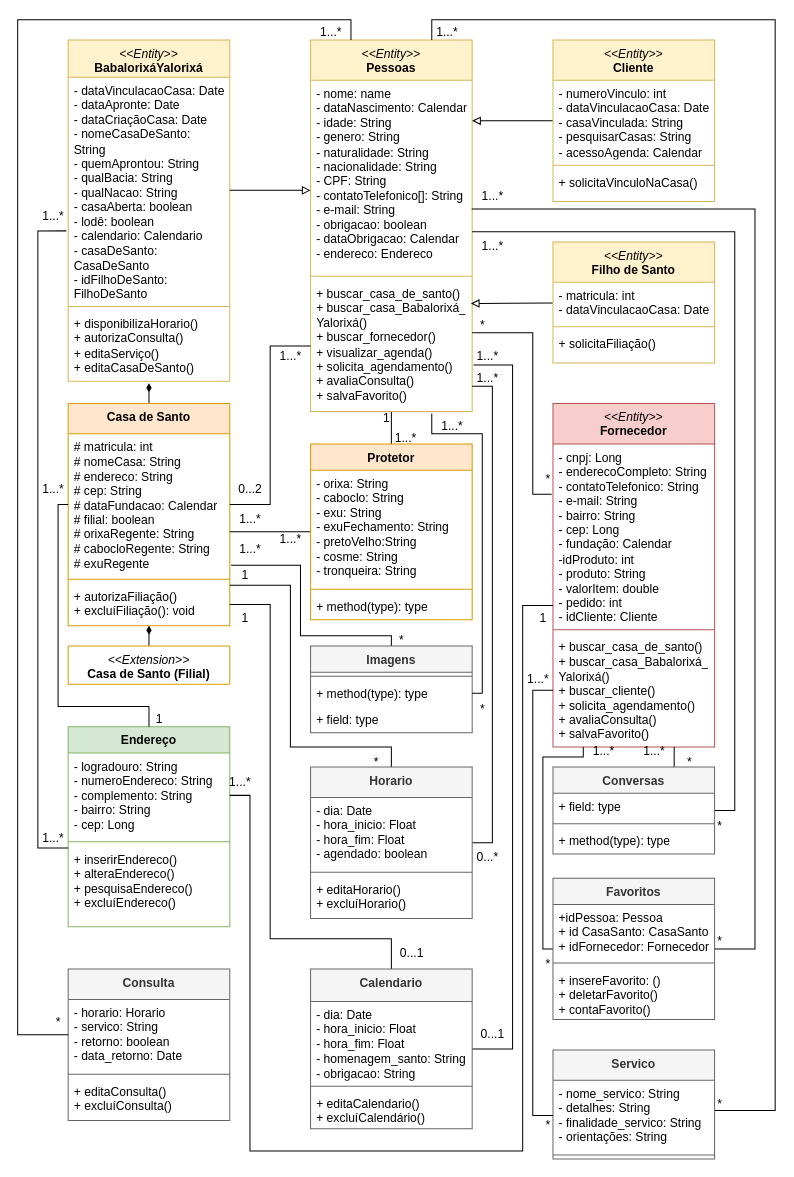
The draw.io diagram DiagramaDeClasseSarava.drawio in AlexCarvalhovisk/sarava, before the edit. Source tidied: cells renumbered, new cells numbered last; positions are measured from the earlier drawing's top-left corner, leaving out a move shared by most shapes. Both pictures are drawn from the tidied source at 101%, with x=0, y=0 at pixel (17, 17).
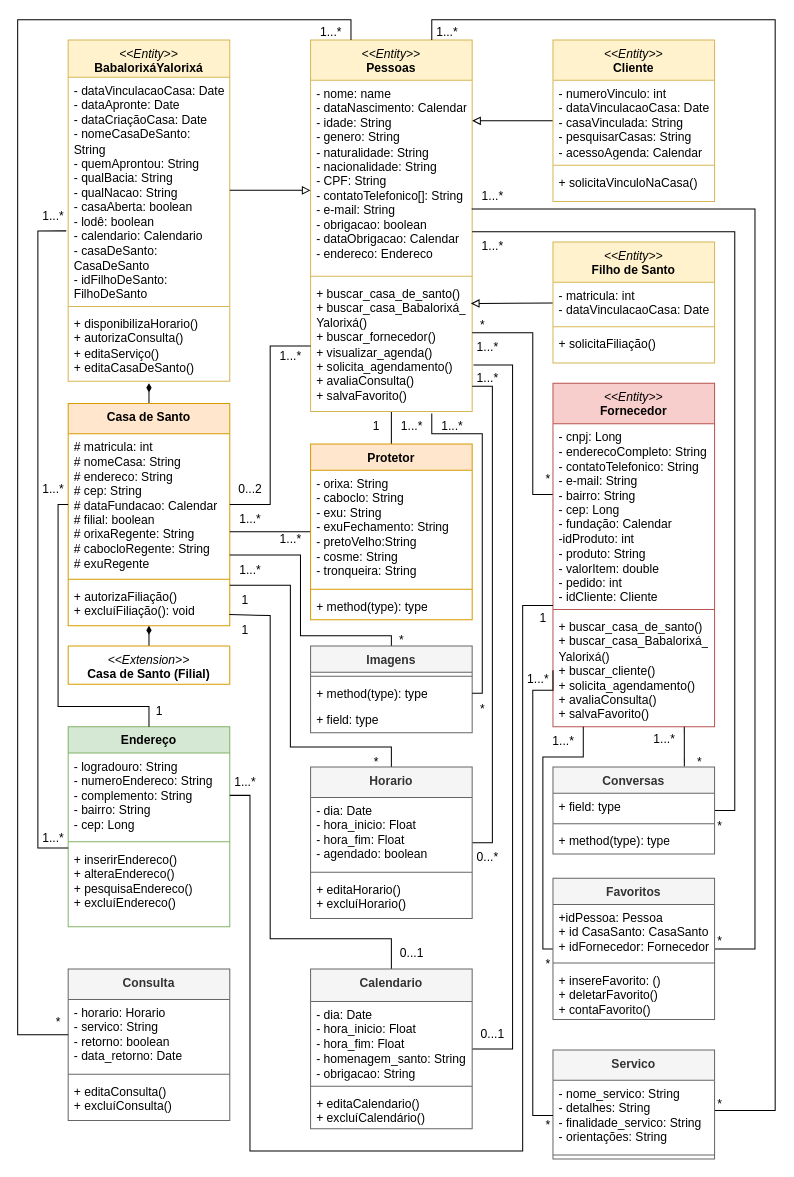
Above is the later version.

The change refers to these unchanged cells:
```xml
<mxCell id="6" value="+ buscar_casa_de_santo()&lt;br&gt;+ buscar_casa_Babalorixá_&lt;br&gt;Yalorixá()&lt;br&gt;+ buscar_fornecedor()&lt;br&gt;+ visualizar_agenda()&lt;br&gt;+ solicita_agendamento()&lt;br&gt;+ avaliaConsulta()&lt;br&gt;+ salvaFavorito()" style="text;strokeColor=none;fillColor=none;align=left;verticalAlign=top;spacingLeft=4;spacingRight=4;overflow=hidden;points=[[0,0.5],[1,0.5]];portConstraint=eastwest;whiteSpace=wrap;html=1;" parent="3" vertex="1">
  <mxGeometry y="238" width="160" height="130" as="geometry" />
</mxCell>
<mxCell id="19" value="- cnpj: Long&lt;br&gt;- enderecoCompleto: String&lt;br&gt;- contatoTelefonico: String&lt;br&gt;- e-mail: String&lt;br&gt;- bairro: String&lt;br style=&quot;border-color: var(--border-color);&quot;&gt;- cep: Long&lt;br&gt;- fundação: Calendar&lt;br&gt;-idProduto: int&lt;br&gt;- produto: String&lt;br&gt;- valorItem: double&lt;br&gt;- pedido: int&lt;br&gt;- idCliente: Cliente" style="text;strokeColor=none;fillColor=none;align=left;verticalAlign=top;spacingLeft=4;spacingRight=4;overflow=hidden;points=[[0,0.5],[1,0.5]];portConstraint=eastwest;whiteSpace=wrap;html=1;" parent="18" vertex="1">
  <mxGeometry y="40" width="160" height="180" as="geometry" />
</mxCell>
<mxCell id="28" value="# matricula: int&lt;br&gt;# nomeCasa: String&lt;br&gt;# endereco: String&lt;br&gt;# cep: String&lt;br&gt;# dataFundacao: Calendar&lt;br&gt;# filial: boolean&lt;br&gt;# orixaRegente: String&lt;br&gt;# cabocloRegente: String&lt;br&gt;# exuRegente" style="text;strokeColor=none;fillColor=none;align=left;verticalAlign=top;spacingLeft=4;spacingRight=4;overflow=hidden;points=[[0,0.5],[1,0.5]];portConstraint=eastwest;whiteSpace=wrap;html=1;" parent="27" vertex="1">
  <mxGeometry y="30" width="160" height="140" as="geometry" />
</mxCell>
<mxCell id="30" value="+ autorizaFiliação()&lt;br&gt;+ excluíFiliação(): void" style="text;strokeColor=none;fillColor=none;align=left;verticalAlign=top;spacingLeft=4;spacingRight=4;overflow=hidden;points=[[0,0.5],[1,0.5]];portConstraint=eastwest;whiteSpace=wrap;html=1;" parent="27" vertex="1">
  <mxGeometry y="178" width="160" height="42" as="geometry" />
</mxCell>
<mxCell id="45" value="Calendario" style="swimlane;fontStyle=1;align=center;verticalAlign=top;horizontal=1;startSize=32;whiteSpace=wrap;html=1;fillColor=#f5f5f5;fontColor=#333333;strokeColor=#666666;" parent="1" vertex="1">
  <mxGeometry x="290" y="942" width="160" height="158" as="geometry" />
</mxCell>
<mxCell id="64" value="Conversas" style="swimlane;fontStyle=1;align=center;verticalAlign=top;horizontal=1;startSize=26;whiteSpace=wrap;html=1;fillColor=#f5f5f5;fontColor=#333333;strokeColor=#666666;" parent="1" vertex="1">
  <mxGeometry x="530" y="742" width="160" height="86" as="geometry" />
</mxCell>
<mxCell id="75" value="Imagens" style="swimlane;fontStyle=1;align=center;verticalAlign=top;horizontal=1;startSize=26;whiteSpace=wrap;html=1;fillColor=#f5f5f5;fontColor=#333333;strokeColor=#666666;" parent="1" vertex="1">
  <mxGeometry x="290" y="622" width="160" height="86" as="geometry" />
</mxCell>
```

What changed in the source:
```diff
@@
-    <mxCell id="17" style="edgeStyle=orthogonalEdgeStyle;rounded=0;jettySize=auto;html=1;endArrow=none;endFill=0;exitX=-0.008;exitY=0.277;exitDx=0;exitDy=0;exitPerimeter=0;" parent="1" edge="1" source="19" target="6">
+    <mxCell id="17" style="edgeStyle=orthogonalEdgeStyle;rounded=0;jettySize=auto;html=1;endArrow=none;endFill=0;" parent="1" edge="1" source="19" target="6">
       <mxGeometry relative="1" as="geometry">
         <Array as="points">
           <mxPoint x="510" y="472" />
           <mxPoint x="510" y="312" />
         </Array>
       </mxGeometry>
     </mxCell>
     <mxCell id="18" value="&lt;i style=&quot;border-color: var(--border-color); font-weight: 400;&quot;&gt;&amp;lt;&amp;lt;Entity&amp;gt;&amp;gt;&lt;/i&gt;&lt;br&gt;Fornecedor" style="swimlane;fontStyle=1;align=center;verticalAlign=top;horizontal=1;startSize=40;whiteSpace=wrap;html=1;fillColor=#f8cecc;strokeColor=#b85450;" parent="1" vertex="1">
-      <mxGeometry x="530" y="382" width="160" height="340" as="geometry" />
+      <mxGeometry x="530" y="362" width="160" height="340" as="geometry" />
     </mxCell>
@@
-    <mxCell id="43" style="edgeStyle=orthogonalEdgeStyle;rounded=0;jettySize=auto;html=1;entryX=1;entryY=0.5;entryDx=0;entryDy=0;endArrow=none;endFill=0;" parent="1" edge="1" source="45" target="30">
+    <mxCell id="43" style="edgeStyle=orthogonalEdgeStyle;rounded=0;jettySize=auto;html=1;entryX=-0.013;entryY=-0.033;entryDx=0;entryDy=0;endArrow=none;endFill=0;entryPerimeter=0;" parent="1" edge="1" source="45" target="104">
       <mxGeometry relative="1" as="geometry">
         <Array as="points">
           <mxPoint x="370" y="912" />
           <mxPoint x="250" y="912" />
-          <mxPoint x="250" y="581" />
+          <mxPoint x="250" y="592" />
         </Array>
       </mxGeometry>
     </mxCell>
@@
-    <mxCell id="62" style="rounded=0;jettySize=auto;html=1;endArrow=none;endFill=0;exitX=0.75;exitY=0;exitDx=0;exitDy=0;" parent="1" edge="1" source="64">
+    <mxCell id="62" style="rounded=0;jettySize=auto;html=1;endArrow=none;endFill=0;exitX=0.813;exitY=-0.007;exitDx=0;exitDy=0;exitPerimeter=0;" parent="1" edge="1" source="64">
       <mxGeometry relative="1" as="geometry">
-        <mxPoint x="650" y="722" as="targetPoint" />
+        <mxPoint x="660" y="702" as="targetPoint" />
       </mxGeometry>
     </mxCell>
@@
-    <mxCell id="74" style="edgeStyle=orthogonalEdgeStyle;rounded=0;jettySize=auto;html=1;entryX=1.008;entryY=0.93;entryDx=0;entryDy=0;entryPerimeter=0;endArrow=none;endFill=0;" parent="1" edge="1" source="75" target="28">
+    <mxCell id="74" style="edgeStyle=orthogonalEdgeStyle;rounded=0;jettySize=auto;html=1;endArrow=none;endFill=0;" parent="1" edge="1" source="75" target="28">
       <mxGeometry relative="1" as="geometry">
         <Array as="points">
           <mxPoint x="370" y="612" />
           <mxPoint x="280" y="612" />
-          <mxPoint x="280" y="542" />
+          <mxPoint x="280" y="532" />
         </Array>
       </mxGeometry>
     </mxCell>
@@
     <mxCell id="96" value="1" style="text;html=1;align=center;verticalAlign=middle;strokeColor=none;fillColor=none;" parent="1" vertex="1">
-      <mxGeometry x="125" y="680" width="30" height="30" as="geometry" />
+      <mxGeometry x="125" y="672" width="30" height="30" as="geometry" />
     </mxCell>
@@
     <mxCell id="98" value="1...*" style="text;html=1;align=center;verticalAlign=middle;strokeColor=none;fillColor=none;" parent="1" vertex="1">
-      <mxGeometry x="200" y="742" width="40" height="30" as="geometry" />
+      <mxGeometry x="205" y="742" width="40" height="30" as="geometry" />
     </mxCell>
@@
     <mxCell id="100" value="1...*" style="text;html=1;align=center;verticalAlign=middle;strokeColor=none;fillColor=none;" parent="1" vertex="1">
-      <mxGeometry x="210" y="512" width="40" height="30" as="geometry" />
+      <mxGeometry x="210" y="532" width="40" height="30" as="geometry" />
     </mxCell>
@@
     <mxCell id="102" value="1" style="text;html=1;align=center;verticalAlign=middle;strokeColor=none;fillColor=none;" parent="1" vertex="1">
-      <mxGeometry x="210" y="537" width="30" height="30" as="geometry" />
+      <mxGeometry x="210" y="562" width="30" height="30" as="geometry" />
     </mxCell>
@@
     <mxCell id="104" value="1" style="text;html=1;align=center;verticalAlign=middle;points=[];strokeColor=none;fillColor=none;" parent="1" vertex="1">
-      <mxGeometry x="210" y="580" width="30" height="30" as="geometry" />
+      <mxGeometry x="210" y="592" width="30" height="30" as="geometry" />
     </mxCell>
@@
     <mxCell id="106" value="1...*" style="text;html=1;align=center;verticalAlign=middle;strokeColor=none;fillColor=none;" parent="1" vertex="1">
-      <mxGeometry x="445" y="320" width="40" height="30" as="geometry" />
+      <mxGeometry x="445" y="312" width="40" height="30" as="geometry" />
     </mxCell>
@@
     <mxCell id="110" value="1" style="text;html=1;align=center;verticalAlign=middle;strokeColor=none;fillColor=none;" parent="1" vertex="1">
-      <mxGeometry x="350" y="382" width="30" height="30" as="geometry" />
+      <mxGeometry x="340" y="390" width="30" height="30" as="geometry" />
     </mxCell>
     <mxCell id="111" value="1...*" style="text;html=1;align=center;verticalAlign=middle;strokeColor=none;fillColor=none;" parent="1" vertex="1">
-      <mxGeometry x="364" y="402" width="40" height="30" as="geometry" />
+      <mxGeometry x="370" y="390" width="40" height="30" as="geometry" />
     </mxCell>
@@
     <mxCell id="118" value="*" style="text;html=1;align=center;verticalAlign=middle;strokeColor=none;fillColor=none;" parent="1" vertex="1">
-      <mxGeometry x="650" y="722" width="30" height="30" as="geometry" />
+      <mxGeometry x="660" y="722" width="30" height="30" as="geometry" />
     </mxCell>
     <mxCell id="119" value="1...*" style="text;html=1;align=center;verticalAlign=middle;strokeColor=none;fillColor=none;" parent="1" vertex="1">
-      <mxGeometry x="560" y="712" width="40" height="30" as="geometry" />
+      <mxGeometry x="520" y="702" width="40" height="30" as="geometry" />
     </mxCell>
@@
     <mxCell id="126" value="1...*" style="text;html=1;align=center;verticalAlign=middle;strokeColor=none;fillColor=none;" parent="1" vertex="1">
-      <mxGeometry x="610" y="712" width="40" height="30" as="geometry" />
+      <mxGeometry x="620" y="700" width="40" height="30" as="geometry" />
     </mxCell>
```
